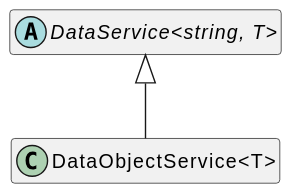
OpenHPS/openhps-core keeps this PlantUML diagram as assets/DataObjectService-umlClassDiagram-8472.svg. Above is the earlier version.
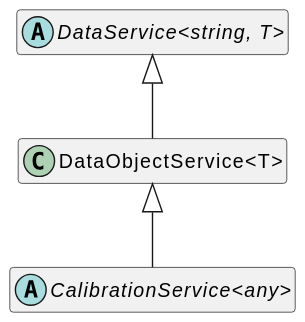
After the change.

Diff of the diagram source:
```diff
@@ -7,4 +7,7 @@
 abstract class "DataService<string, T>" {
 }
 "DataService<string, T>" <|-- "DataObjectService<T>"
+abstract class "CalibrationService<any>" {
+}
+"DataObjectService<T>" <|-- "CalibrationService<any>"
 @enduml
```
